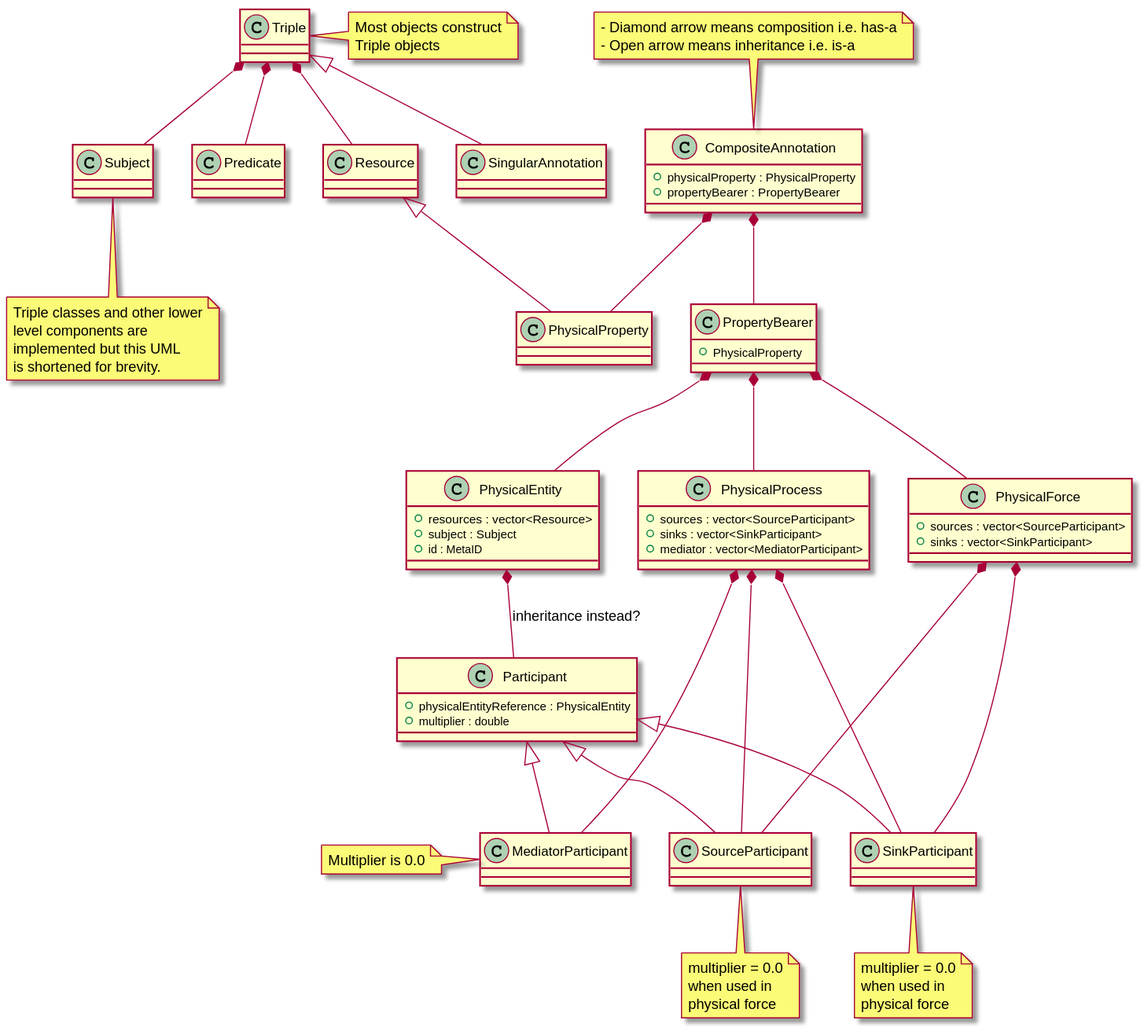
Earlier version of the PlantUML export Design/AnnotationDesign.svg (sys-bio/libOmexMeta).
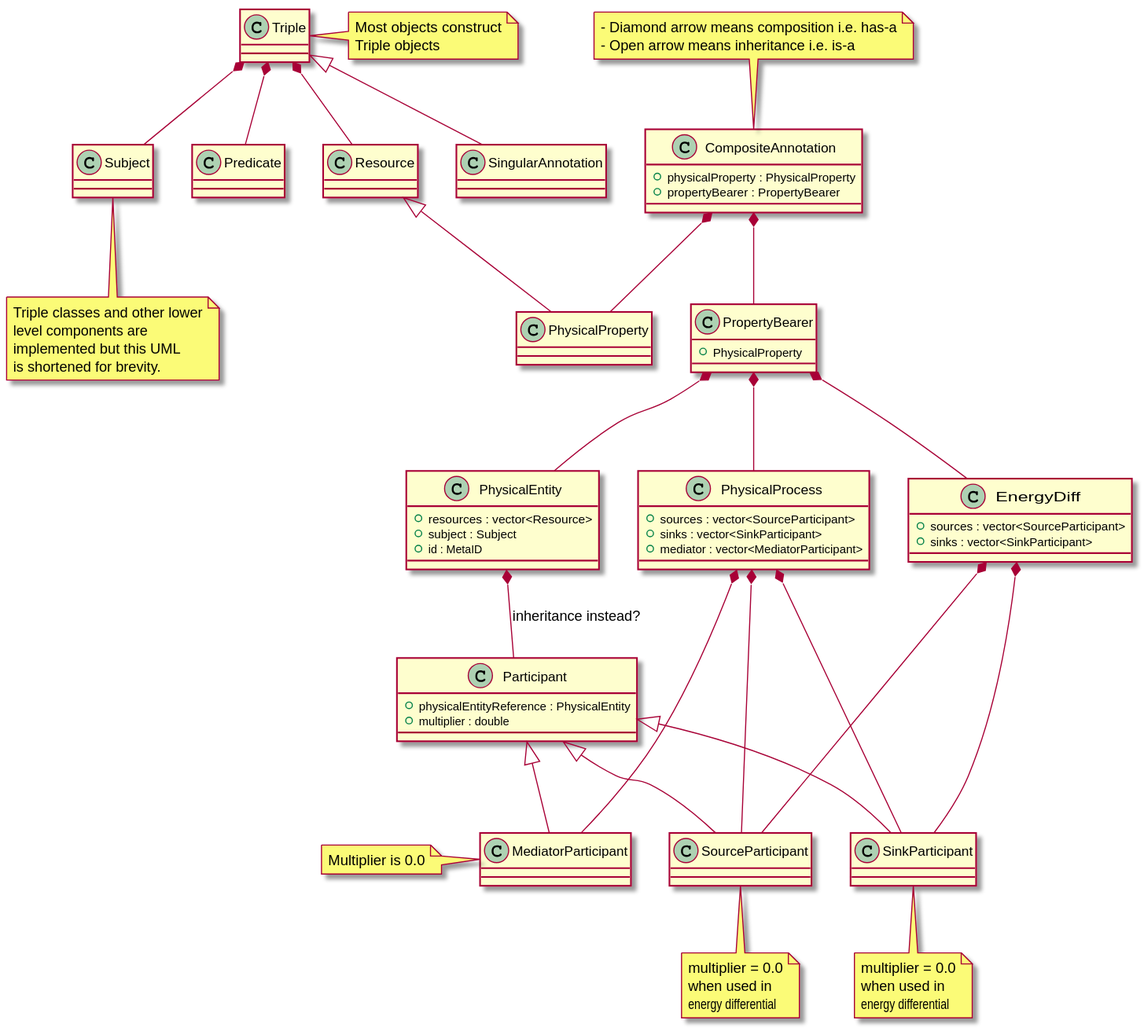
The same diagram one commit later.

What changed in the source:
```diff
@@ -34,7 +34,7 @@
 
 }
 
-class PhysicalForce{
+class EnergyDiff{
     + sources : vector<SourceParticipant>
     + sinks : vector<SinkParticipant>
 }
@@ -59,13 +59,13 @@
 note bottom of SinkParticipant
     multiplier = 0.0
     when used in
-    physical force
+    energy differential
 end note
 
 note bottom of SourceParticipant
     multiplier = 0.0
     when used in
-    physical force
+    energy differential
 end note
 
 }
@@ -81,7 +81,7 @@
 
 PropertyBearer *-- PhysicalEntity
 PropertyBearer *-- PhysicalProcess
-PropertyBearer *-- PhysicalForce
+PropertyBearer *-- EnergyDiff
 
 PhysicalEntity *--Participant : inheritance instead?
 Participant <|-- SourceParticipant
@@ -92,8 +92,8 @@
 PhysicalProcess *-- SinkParticipant
 PhysicalProcess *-- MediatorParticipant
 
-PhysicalForce *-- SourceParticipant
-PhysicalForce *-- SinkParticipant
+EnergyDiff *-- SourceParticipant
+EnergyDiff *-- SinkParticipant
 
 note right of Triple
     Most objects construct
```
